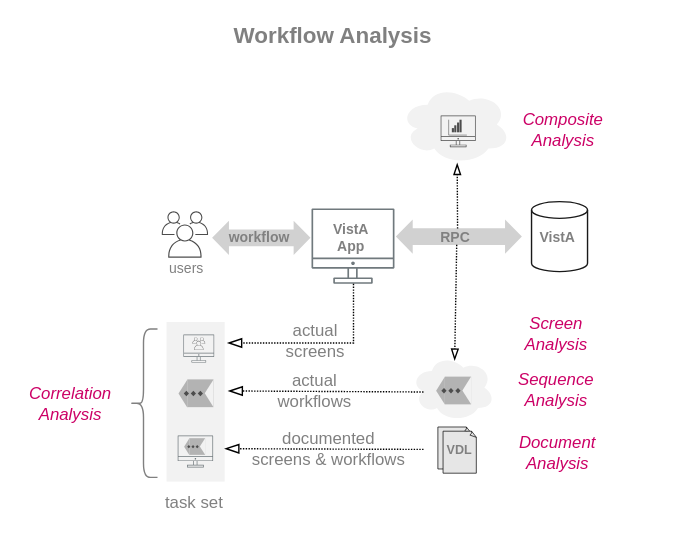
This is img/workflow-correlation.svg from cloudvista/vaa, a draw.io export, as it was before one commit. Source tidied: cells renumbered, new cells last; positions are measured from the earlier drawing's top-left corner, leaving out a move shared by most shapes.
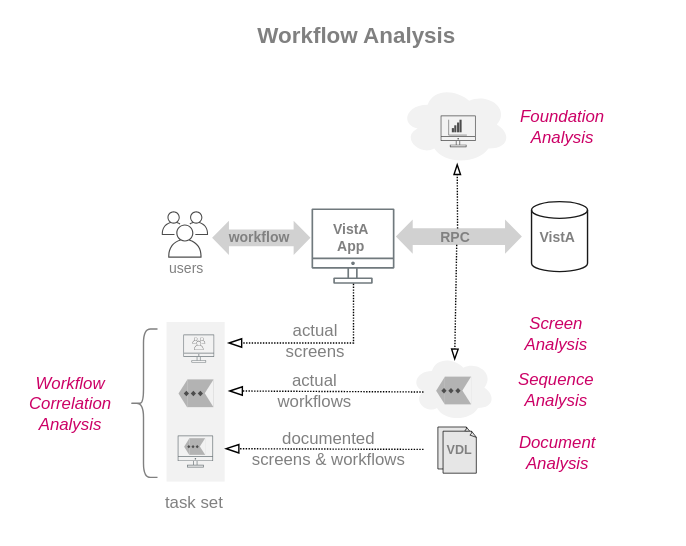
After the change.

Change to the diagram source:
```diff
@@ -32,8 +32,8 @@
     <mxCell id="11" value="VistA" style="text;strokeColor=none;align=center;fillColor=none;html=1;verticalAlign=middle;whiteSpace=wrap;rounded=0;fontSize=10;fontStyle=1;fontColor=#808080;" parent="1" vertex="1">
       <mxGeometry x="381.2" y="154.4" width="33.8" height="30" as="geometry" />
     </mxCell>
-    <mxCell id="12" value="&lt;i&gt;Composite&lt;br&gt;Analysis&lt;br&gt;&lt;/i&gt;" style="text;strokeColor=none;align=center;fillColor=none;html=1;verticalAlign=middle;whiteSpace=wrap;rounded=0;fontColor=#CC0066;" parent="1" vertex="1">
-      <mxGeometry x="366.9" y="77" width="70.2" height="30" as="geometry" />
+    <mxCell id="12" value="&lt;i&gt;Foundation&lt;br&gt;Analysis&lt;br&gt;&lt;/i&gt;" style="text;strokeColor=none;align=center;fillColor=none;html=1;verticalAlign=middle;whiteSpace=wrap;rounded=0;fontColor=#CC0066;" parent="1" vertex="1">
+      <mxGeometry x="359.9" y="75" width="83.2" height="30" as="geometry" />
     </mxCell>
     <mxCell id="13" value="&lt;i&gt;Document&lt;br&gt;Analysis&lt;/i&gt;" style="text;strokeColor=none;align=center;fillColor=none;html=1;verticalAlign=middle;whiteSpace=wrap;rounded=0;fontColor=#CC0066;" parent="1" vertex="1">
       <mxGeometry x="368.1" y="307.5" width="60" height="30" as="geometry" />
@@ -49,7 +49,7 @@
         <mxPoint x="325.7" y="174.4" as="sourcePoint" />
       </mxGeometry>
     </mxCell>
-    <mxCell id="16" value="&lt;i&gt;Correlation&lt;br&gt;Analysis&lt;/i&gt;" style="text;strokeColor=none;align=center;fillColor=none;html=1;verticalAlign=middle;whiteSpace=wrap;rounded=0;fontColor=#CC0066;" parent="1" vertex="1">
+    <mxCell id="16" value="&lt;i&gt;Workflow&lt;br&gt;Correlation&lt;/i&gt;&lt;div&gt;&lt;i&gt;Analysis&lt;/i&gt;&lt;/div&gt;" style="text;strokeColor=none;align=center;fillColor=none;html=1;verticalAlign=middle;whiteSpace=wrap;rounded=0;fontColor=#CC0066;" parent="1" vertex="1">
       <mxGeometry x="20" y="272.5" width="60" height="30" as="geometry" />
     </mxCell>
     <mxCell id="17" value="&lt;i&gt;Sequence&lt;br&gt;Analysis&lt;/i&gt;" style="text;strokeColor=none;align=center;fillColor=none;html=1;verticalAlign=middle;whiteSpace=wrap;rounded=0;fontColor=#CC0066;" parent="1" vertex="1">
@@ -218,7 +218,7 @@
       </mxGeometry>
     </mxCell>
     <mxCell id="64" value="&lt;font style=&quot;font-size: 16px;&quot;&gt;&lt;b style=&quot;&quot;&gt;Workflow Analysis&lt;/b&gt;&lt;/font&gt;" style="text;html=1;align=center;verticalAlign=middle;strokeColor=none;fillColor=none;fontColor=#808080;" parent="1" vertex="1">
-      <mxGeometry x="157.3" y="10" width="160" height="30" as="geometry" />
+      <mxGeometry x="174.3" y="10" width="160" height="30" as="geometry" />
     </mxCell>
     <mxCell id="65" value="&lt;i&gt;Screen&lt;br&gt;Analysis&lt;/i&gt;" style="text;strokeColor=none;align=center;fillColor=none;html=1;verticalAlign=middle;whiteSpace=wrap;rounded=0;fontColor=#CC0066;" parent="1" vertex="1">
       <mxGeometry x="367.2" y="222.5" width="60" height="30" as="geometry" />
```
